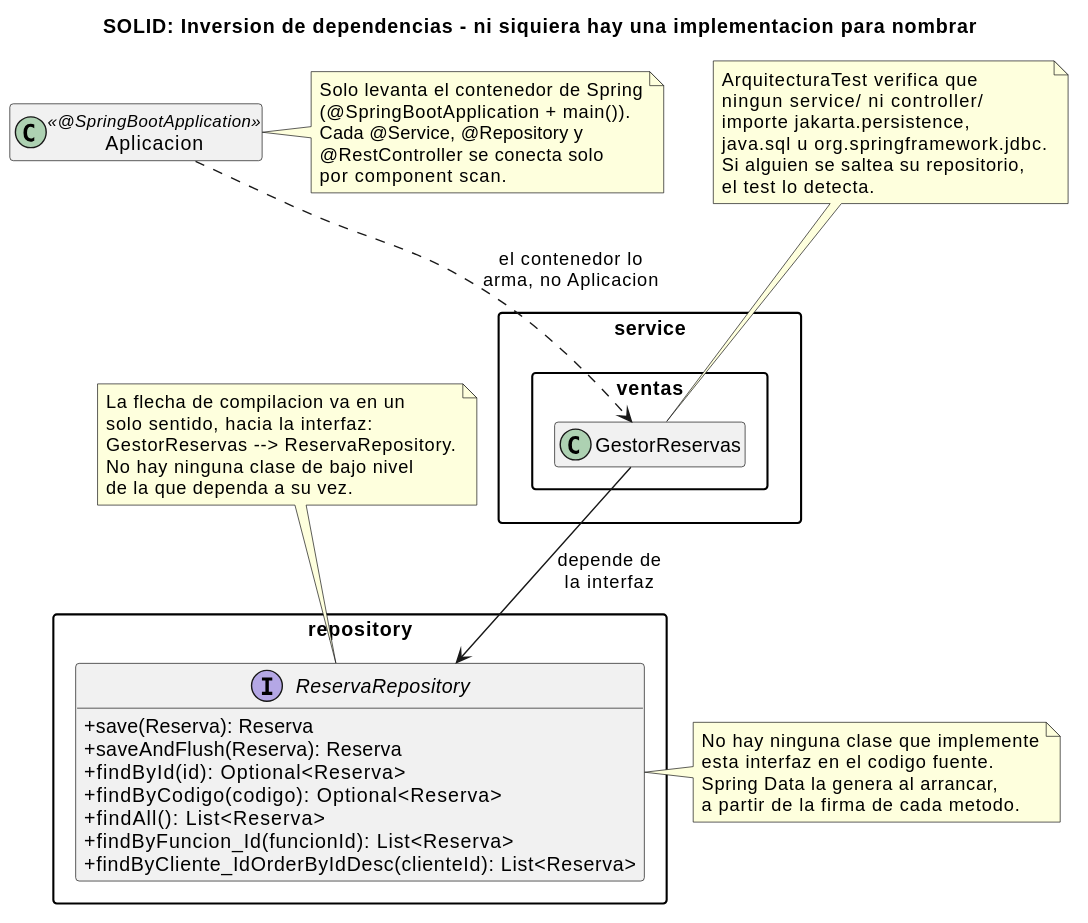
Earlier version of the PlantUML export _other/docs/diagramas/solid-dip.svg (andreiveisuade/cine-uade).
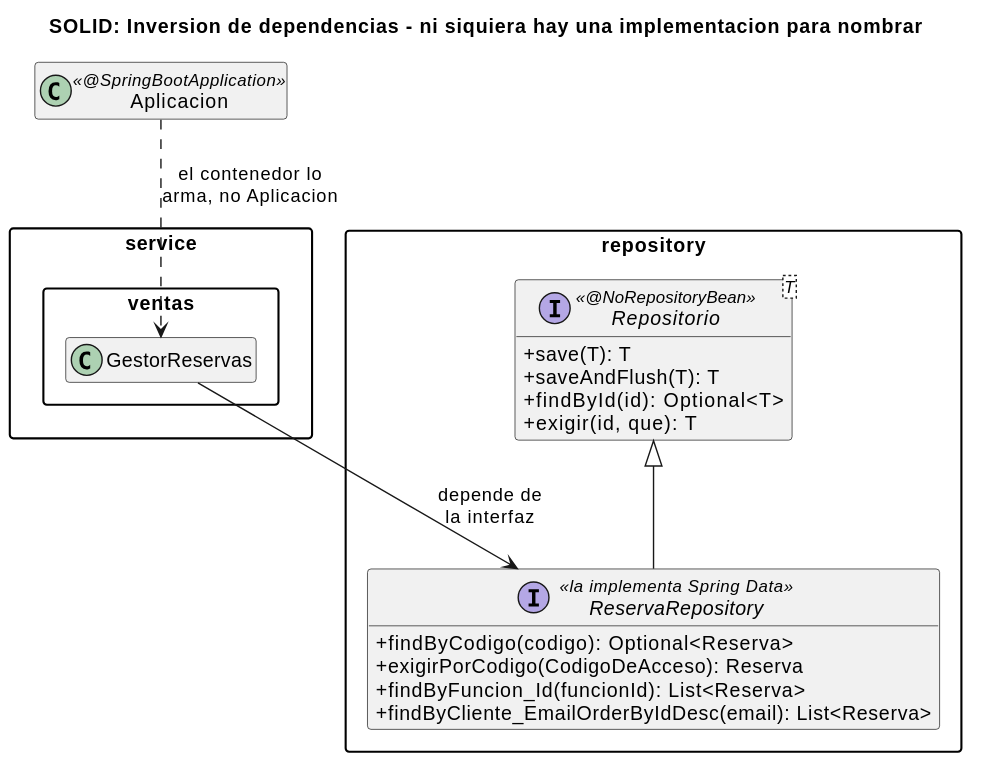
The same file after the commit.

Change to the diagram source:
```diff
@@ -11,54 +11,25 @@
 }
 
 package repository {
-  interface ReservaRepository {
-    +save(Reserva): Reserva
-    +saveAndFlush(Reserva): Reserva
-    +findById(id): Optional<Reserva>
+  interface "Repositorio<T>" as Repositorio <<@NoRepositoryBean>> {
+    +save(T): T
+    +saveAndFlush(T): T
+    +findById(id): Optional<T>
+    +exigir(id, que): T
+  }
+  interface ReservaRepository <<la implementa Spring Data>> {
     +findByCodigo(codigo): Optional<Reserva>
-    +findAll(): List<Reserva>
+    +exigirPorCodigo(CodigoDeAcceso): Reserva
     +findByFuncion_Id(funcionId): List<Reserva>
-    +findByCliente_IdOrderByIdDesc(clienteId): List<Reserva>
+    +findByCliente_EmailOrderByIdDesc(email): List<Reserva>
   }
 }
 
-note right of ReservaRepository
-  No hay ninguna clase que implemente
-  esta interfaz en el codigo fuente.
-  Spring Data la genera al arrancar,
-  a partir de la firma de cada metodo.
-end note
+ReservaRepository -up-|> Repositorio
 
 class Aplicacion <<@SpringBootApplication>>
 
 GestorReservas -down-> ReservaRepository : depende de\nla interfaz
 
-note as N2
-  ArquitecturaTest verifica que
-  ningun service/ ni controller/
-  importe jakarta.persistence,
-  java.sql u org.springframework.jdbc.
-  Si alguien se saltea su repositorio,
-  el test lo detecta.
-end note
-N2 .. GestorReservas
-
-note right of Aplicacion
-  Solo levanta el contenedor de Spring
-  (@SpringBootApplication + main()).
-  Cada @Service, @Repository y
-  @RestController se conecta solo
-  por component scan.
-end note
-
 Aplicacion ..> GestorReservas : el contenedor lo\narma, no Aplicacion
-
-note as N1
-  La flecha de compilacion va en un
-  solo sentido, hacia la interfaz:
-  GestorReservas --> ReservaRepository.
-  No hay ninguna clase de bajo nivel
-  de la que dependa a su vez.
-end note
-N1 .. ReservaRepository
 @enduml
```
